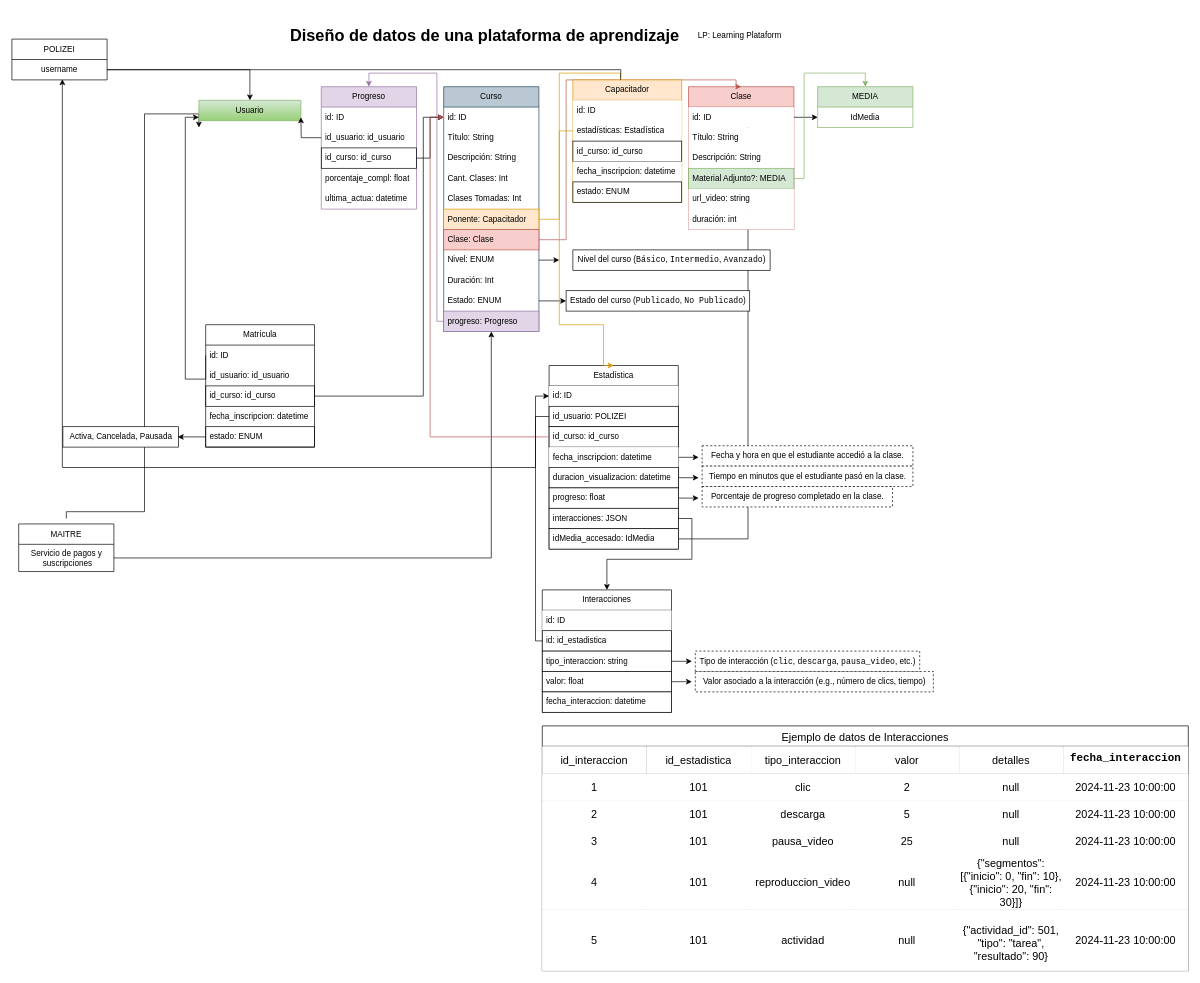
dacaza3812/3 keeps this draw.io diagram as Diagrama sin título.drawio. Above is the earlier version. Source tidied: cells renumbered, new cells numbered last; positions are measured from the earlier drawing's top-left corner, leaving out a move shared by most shapes. Both pictures are drawn from the tidied source at 68%, with x=0, y=0 at pixel (12, 12).
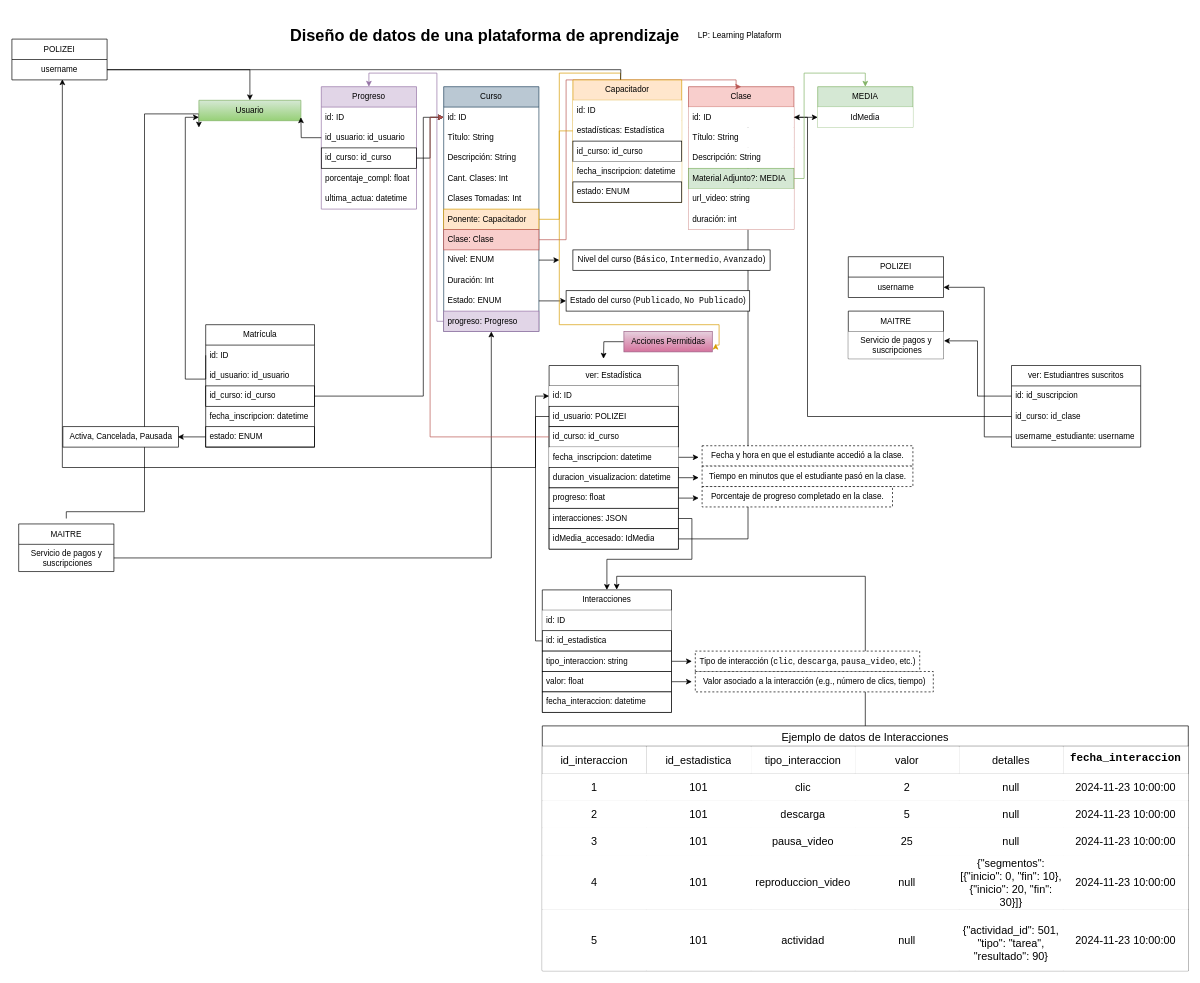
The same page after the edit.

Unchanged cells that the change refers to:
```xml
<mxCell id="19" value="id: ID" style="text;strokeColor=none;fillColor=default;align=left;verticalAlign=middle;spacingLeft=4;spacingRight=4;overflow=hidden;points=[[0,0.5],[1,0.5]];portConstraint=eastwest;whiteSpace=wrap;html=1;" parent="18" vertex="1">
  <mxGeometry y="30" width="155" height="30" as="geometry" />
</mxCell>
<mxCell id="28" value="MEDIA" style="swimlane;fontStyle=0;horizontal=1;startSize=30;whiteSpace=wrap;html=1;fillColor=#d5e8d4;strokeColor=#82b366;" parent="1" vertex="1">
  <mxGeometry x="1185" y="110" width="140" height="60" as="geometry" />
</mxCell>
<mxCell id="76" value="estadísticas: Estadística" style="text;strokeColor=none;fillColor=default;align=left;verticalAlign=middle;spacingLeft=4;spacingRight=4;overflow=hidden;points=[[0,0.5],[1,0.5]];portConstraint=eastwest;whiteSpace=wrap;html=1;" parent="74" vertex="1">
  <mxGeometry y="60" width="160" height="30" as="geometry" />
</mxCell>
<mxCell id="86" value="Interacciones" style="swimlane;fontStyle=0;horizontal=1;startSize=30;whiteSpace=wrap;html=1;align=center;fillColor=default;" parent="1" vertex="1">
  <mxGeometry x="780" y="850" width="190" height="180" as="geometry" />
</mxCell>
<mxCell id="97" value="Ejemplo de datos de Interacciones" style="shape=table;startSize=30;childLayout=tableLayout;strokeColor=default;fontSize=16;fillColor=default;" parent="1" vertex="1">
  <mxGeometry x="780" y="1050" width="950" height="360" as="geometry" />
</mxCell>
```

Change to the diagram source:
```diff
@@
+    <mxCell id="140" style="edgeStyle=orthogonalEdgeStyle;rounded=0;jettySize=auto;html=1;exitX=0;exitY=0.5;exitDx=0;exitDy=0;entryX=1;entryY=0.5;entryDx=0;entryDy=0;" parent="1" edge="1" source="146" target="19">
+      <mxGeometry relative="1" as="geometry">
+        <Array as="points">
+          <mxPoint x="1170" y="595" />
+          <mxPoint x="1170" y="155" />
+        </Array>
+      </mxGeometry>
+    </mxCell>
+    <mxCell id="141" style="edgeStyle=orthogonalEdgeStyle;rounded=0;jettySize=auto;html=1;exitX=0.5;exitY=0;exitDx=0;exitDy=0;entryX=0.576;entryY=-0.002;entryDx=0;entryDy=0;entryPerimeter=0;" parent="1" edge="1" source="97" target="86">
+      <mxGeometry relative="1" as="geometry" />
+    </mxCell>
@@
-    <mxCell id="29" value="IdMedia" style="text;strokeColor=none;fillColor=none;align=center;verticalAlign=middle;spacingLeft=4;spacingRight=4;overflow=hidden;points=[[0,0.5],[1,0.5]];portConstraint=eastwest;whiteSpace=wrap;html=1;" parent="28" vertex="1">
+    <mxCell id="29" value="IdMedia" style="text;strokeColor=none;fillColor=default;align=center;verticalAlign=middle;spacingLeft=4;spacingRight=4;overflow=hidden;points=[[0,0.5],[1,0.5]];portConstraint=eastwest;whiteSpace=wrap;html=1;" parent="28" vertex="1">
       <mxGeometry y="30" width="140" height="30" as="geometry" />
     </mxCell>
@@
-    <mxCell id="63" value="Estadística" style="swimlane;fontStyle=0;horizontal=1;startSize=30;whiteSpace=wrap;html=1;align=center;fillColor=default;" parent="1" vertex="1">
+    <mxCell id="63" value="ver: Estadística" style="swimlane;fontStyle=0;horizontal=1;startSize=30;whiteSpace=wrap;html=1;align=center;fillColor=default;" parent="1" vertex="1">
       <mxGeometry x="790" y="520" width="190" height="270" as="geometry" />
     </mxCell>
@@
-    <mxCell id="80" style="edgeStyle=orthogonalEdgeStyle;rounded=0;jettySize=auto;html=1;exitX=0;exitY=0.5;exitDx=0;exitDy=0;entryX=0.5;entryY=0;entryDx=0;entryDy=0;fillColor=#ffe6cc;strokeColor=#d79b00;" parent="1" edge="1" source="76" target="63">
+    <mxCell id="80" style="edgeStyle=orthogonalEdgeStyle;rounded=0;jettySize=auto;html=1;exitX=0;exitY=0.5;exitDx=0;exitDy=0;entryX=1.038;entryY=0.6;entryDx=0;entryDy=0;fillColor=#ffe6cc;strokeColor=#d79b00;entryPerimeter=0;" parent="1" edge="1" source="76" target="143">
       <mxGeometry relative="1" as="geometry">
         <Array as="points">
           <mxPoint x="805" y="175" />
           <mxPoint x="805" y="460" />
-          <mxPoint x="870" y="460" />
+          <mxPoint x="1040" y="460" />
+          <mxPoint x="1040" y="490" />
+          <mxPoint x="1035" y="490" />
         </Array>
       </mxGeometry>
     </mxCell>
@@
+    <mxCell id="142" style="edgeStyle=orthogonalEdgeStyle;rounded=0;jettySize=auto;html=1;" parent="1" edge="1" source="143">
+      <mxGeometry relative="1" as="geometry">
+        <mxPoint x="870" y="510" as="targetPoint" />
+      </mxGeometry>
+    </mxCell>
+    <mxCell id="143" value="Acciones Permitidas" style="text;html=1;align=center;verticalAlign=middle;points=[];strokeColor=#996185;fillColor=#e6d0de;gradientColor=#d5739d;" parent="1" vertex="1">
+      <mxGeometry x="900" y="470" width="130" height="30" as="geometry" />
+    </mxCell>
+    <mxCell id="144" value="ver: Estudiantres suscritos" style="swimlane;fontStyle=0;horizontal=1;startSize=30;whiteSpace=wrap;html=1;" parent="1" vertex="1">
+      <mxGeometry x="1470" y="520" width="190" height="120" as="geometry" />
+    </mxCell>
+    <mxCell id="145" value="id:&amp;nbsp;id_suscripcion" style="text;strokeColor=none;fillColor=none;align=left;verticalAlign=middle;spacingLeft=4;spacingRight=4;overflow=hidden;points=[[0,0.5],[1,0.5]];portConstraint=eastwest;whiteSpace=wrap;html=1;" parent="144" vertex="1">
+      <mxGeometry y="30" width="190" height="30" as="geometry" />
+    </mxCell>
+    <mxCell id="146" value="id_curso: id_clase" style="text;strokeColor=none;fillColor=none;align=left;verticalAlign=middle;spacingLeft=4;spacingRight=4;overflow=hidden;points=[[0,0.5],[1,0.5]];portConstraint=eastwest;whiteSpace=wrap;html=1;" parent="144" vertex="1">
+      <mxGeometry y="60" width="190" height="30" as="geometry" />
+    </mxCell>
+    <mxCell id="147" value="username_estudiante: username" style="text;strokeColor=none;fillColor=none;align=left;verticalAlign=middle;spacingLeft=4;spacingRight=4;overflow=hidden;points=[[0,0.5],[1,0.5]];portConstraint=eastwest;whiteSpace=wrap;html=1;" parent="144" vertex="1">
+      <mxGeometry y="90" width="190" height="30" as="geometry" />
+    </mxCell>
+    <mxCell id="148" value="MAITRE" style="swimlane;fontStyle=0;horizontal=1;startSize=30;whiteSpace=wrap;html=1;" parent="1" vertex="1">
+      <mxGeometry x="1230" y="440" width="140" height="70" as="geometry" />
+    </mxCell>
+    <mxCell id="149" value="Servicio de pagos y&lt;div&gt;&amp;nbsp;suscripciones&lt;/div&gt;" style="text;html=1;align=center;verticalAlign=middle;points=[];strokeColor=none;fillColor=default;" parent="148" vertex="1">
+      <mxGeometry y="30" width="140" height="40" as="geometry" />
+    </mxCell>
+    <mxCell id="150" style="edgeStyle=orthogonalEdgeStyle;rounded=0;jettySize=auto;html=1;exitX=0;exitY=0.5;exitDx=0;exitDy=0;entryX=1.005;entryY=0.344;entryDx=0;entryDy=0;entryPerimeter=0;" parent="1" edge="1" source="145" target="149">
+      <mxGeometry relative="1" as="geometry" />
+    </mxCell>
+    <mxCell id="151" value="POLIZEI" style="swimlane;fontStyle=0;horizontal=1;startSize=30;whiteSpace=wrap;html=1;" parent="1" vertex="1">
+      <mxGeometry x="1230" y="360" width="140" height="60" as="geometry" />
+    </mxCell>
+    <mxCell id="152" value="username" style="text;strokeColor=none;fillColor=none;align=center;verticalAlign=middle;spacingLeft=4;spacingRight=4;overflow=hidden;points=[[0,0.5],[1,0.5]];portConstraint=eastwest;whiteSpace=wrap;html=1;" parent="151" vertex="1">
+      <mxGeometry y="30" width="140" height="30" as="geometry" />
+    </mxCell>
+    <mxCell id="153" style="edgeStyle=orthogonalEdgeStyle;rounded=0;jettySize=auto;html=1;exitX=0;exitY=0.5;exitDx=0;exitDy=0;entryX=1;entryY=0.5;entryDx=0;entryDy=0;" parent="1" edge="1" source="147" target="152">
+      <mxGeometry relative="1" as="geometry">
+        <Array as="points">
+          <mxPoint x="1430" y="625" />
+          <mxPoint x="1430" y="405" />
+        </Array>
+      </mxGeometry>
+    </mxCell>
```
